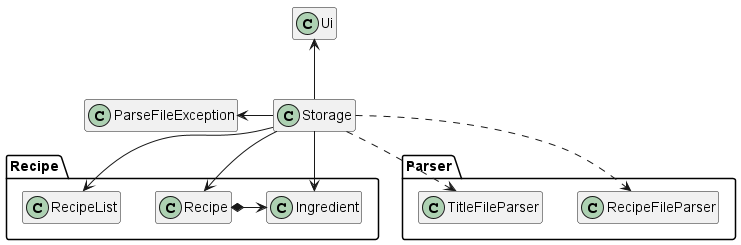
Before: docs/images/ClassDiagrams/StorageClassDiagram.png, a diagram exported from PlantUML (nus-cs2113-AY2223S1/tp). The source it was exported from:
```plantuml
@startuml

hide class fields
hide class methods

package Recipe {
class RecipeList
class Recipe
class Ingredient
}

package Parser {
class RecipeFileParser
class TitleFileParser
}

class ParseFileException

Storage -up-> Ui
Storage -down-> Recipe
Storage -down-> Ingredient
Storage -down-> RecipeList
Storage ..> RecipeFileParser
Storage ..> TitleFileParser
Storage -left-> ParseFileException

Recipe *-right-> Ingredient
@enduml
```
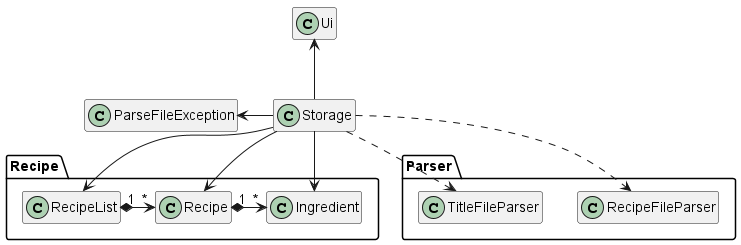
After the commit.

Commit message:
Added multiplicities to storage and ui class diagram

Change to the diagram source:
```diff
@@ -24,5 +24,6 @@
 Storage ..> TitleFileParser
 Storage -left-> ParseFileException
 
-Recipe *-right-> Ingredient
+Recipe "1" *-right-> "*" Ingredient
+RecipeList "1" *-right-> "*"  Recipe
 @enduml
```
